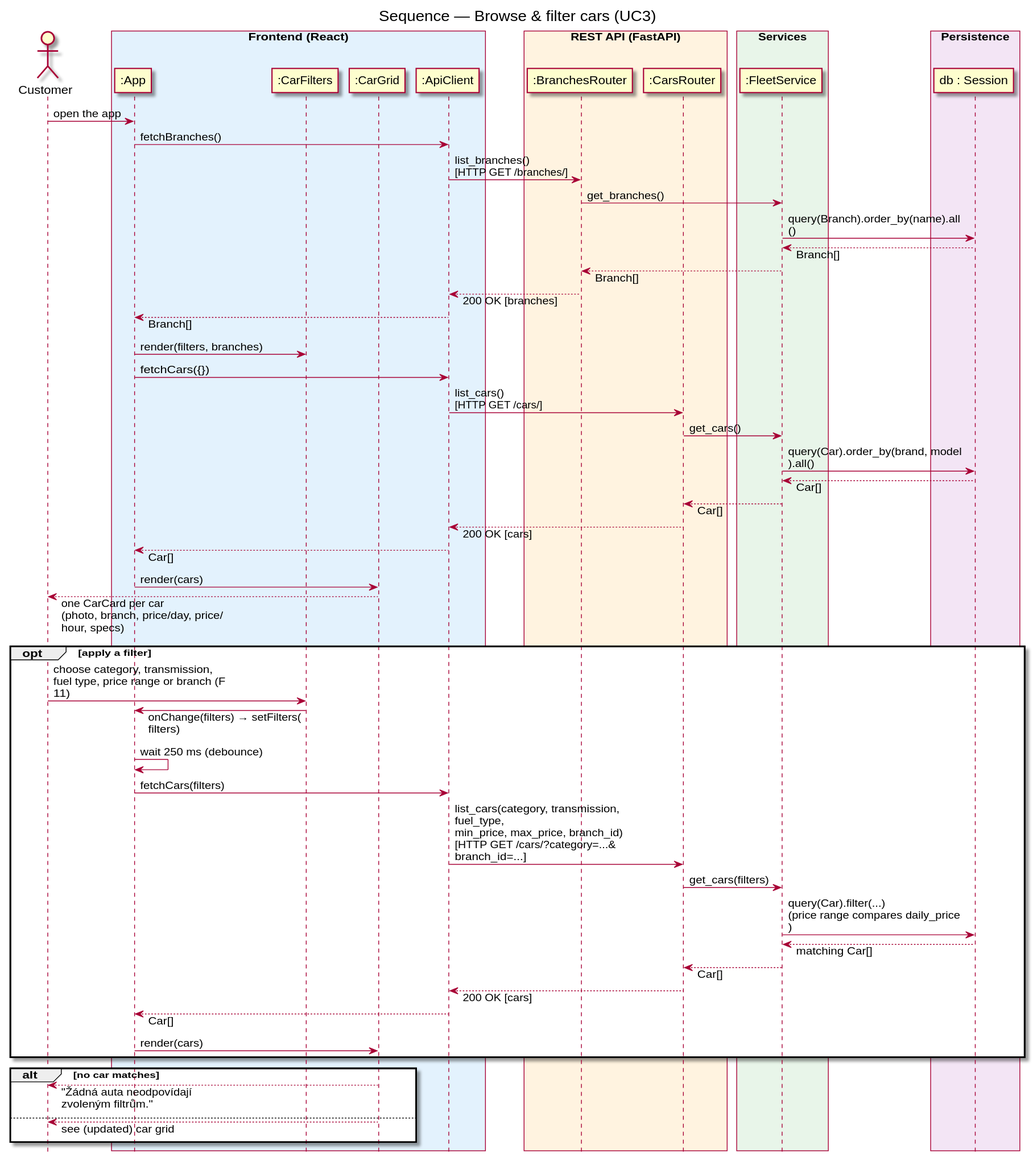
Before: docs/diagrams/sequence-browse-cars.svg, a diagram exported from PlantUML (DavidMagyarics/CarRentalVSB).
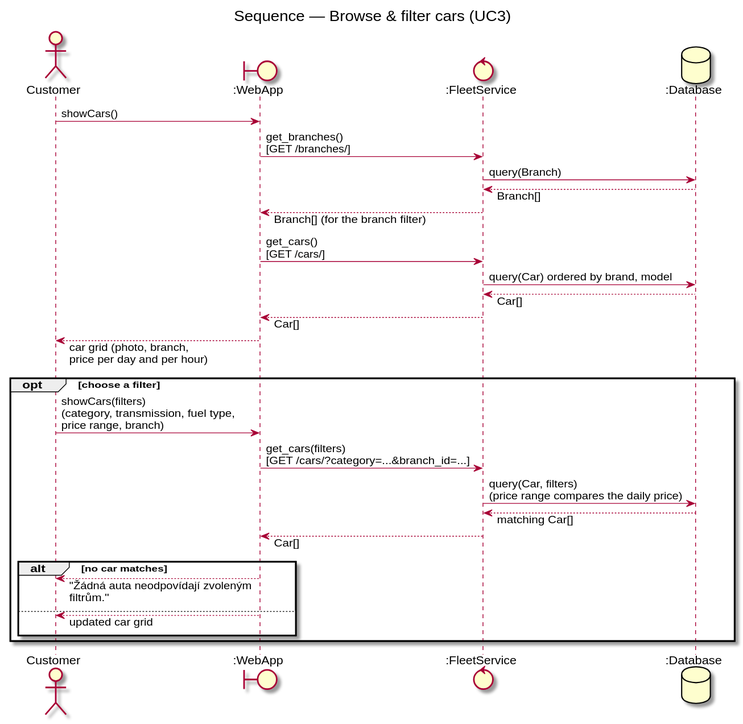
After the commit.

The edit, as a diff of the source:
```diff
@@ -1,68 +1,34 @@
 @startuml sequence-browse-cars
 skinparam backgroundColor white
 skinparam responseMessageBelowArrow true
-skinparam maxMessageSize 220
-hide footbox
+skinparam maxMessageSize 260
 title Sequence — Browse & filter cars (UC3)
+actor Customer
+boundary ":WebApp" as Web
+control ":FleetService" as Fleet
+database ":Database" as DB
 
-actor Customer
-box "Frontend (React)" #E3F2FD
-  participant ":App" as App
-  participant ":CarFilters" as CarFilters
-  participant ":CarGrid" as CarGrid
-  participant ":ApiClient" as ApiClient
-end box
-box "REST API (FastAPI)" #FFF3E0
-  participant ":BranchesRouter" as BranchesRouter
-  participant ":CarsRouter" as CarsRouter
-end box
-box "Services" #E8F5E9
-  participant ":FleetService" as FleetService
-end box
-box "Persistence" #F3E5F5
-  participant "db : Session" as DB
-end box
+Customer -> Web : showCars()
+Web -> Fleet : get_branches()\n[GET /branches/]
+Fleet -> DB : query(Branch)
+DB --> Fleet : Branch[]
+Fleet --> Web : Branch[] (for the branch filter)
+Web -> Fleet : get_cars()\n[GET /cars/]
+Fleet -> DB : query(Car) ordered by brand, model
+DB --> Fleet : Car[]
+Fleet --> Web : Car[]
+Web --> Customer : car grid (photo, branch,\nprice per day and per hour)
 
-Customer -> App : open the app
-App -> ApiClient : fetchBranches()
-ApiClient -> BranchesRouter : list_branches()\n[HTTP GET /branches/]
-BranchesRouter -> FleetService : get_branches()
-FleetService -> DB : query(Branch).order_by(name).all()
-DB --> FleetService : Branch[]
-FleetService --> BranchesRouter : Branch[]
-BranchesRouter --> ApiClient : 200 OK [branches]
-ApiClient --> App : Branch[]
-App -> CarFilters : render(filters, branches)
-
-App -> ApiClient : fetchCars({})
-ApiClient -> CarsRouter : list_cars()\n[HTTP GET /cars/]
-CarsRouter -> FleetService : get_cars()
-FleetService -> DB : query(Car).order_by(brand, model).all()
-DB --> FleetService : Car[]
-FleetService --> CarsRouter : Car[]
-CarsRouter --> ApiClient : 200 OK [cars]
-ApiClient --> App : Car[]
-App -> CarGrid : render(cars)
-CarGrid --> Customer : one CarCard per car\n(photo, branch, price/day, price/hour, specs)
-
-opt apply a filter
-  Customer -> CarFilters : choose category, transmission,\nfuel type, price range or branch (F11)
-  CarFilters -> App : onChange(filters) → setFilters(filters)
-  App -> App : wait 250 ms (debounce)
-  App -> ApiClient : fetchCars(filters)
-  ApiClient -> CarsRouter : list_cars(category, transmission, fuel_type,\nmin_price, max_price, branch_id)\n[HTTP GET /cars/?category=...&branch_id=...]
-  CarsRouter -> FleetService : get_cars(filters)
-  FleetService -> DB : query(Car).filter(...)\n(price range compares daily_price)
-  DB --> FleetService : matching Car[]
-  FleetService --> CarsRouter : Car[]
-  CarsRouter --> ApiClient : 200 OK [cars]
-  ApiClient --> App : Car[]
-  App -> CarGrid : render(cars)
-end
-
-alt no car matches
-  CarGrid --> Customer : "Žádná auta neodpovídají zvoleným filtrům."
-else
-  CarGrid --> Customer : see (updated) car grid
+opt choose a filter
+  Customer -> Web : showCars(filters)\n(category, transmission, fuel type,\nprice range, branch)
+  Web -> Fleet : get_cars(filters)\n[GET /cars/?category=...&branch_id=...]
+  Fleet -> DB : query(Car, filters)\n(price range compares the daily price)
+  DB --> Fleet : matching Car[]
+  Fleet --> Web : Car[]
+  alt no car matches
+    Web --> Customer : "Žádná auta neodpovídají zvoleným filtrům."
+  else
+    Web --> Customer : updated car grid
+  end
 end
 @enduml
```
